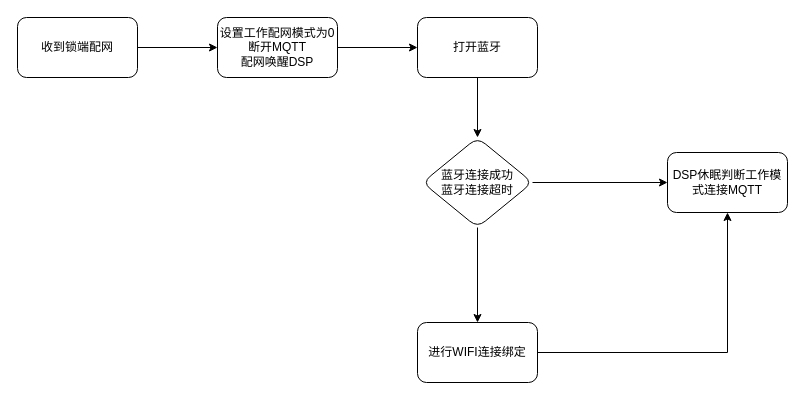
wsdmzz/drawio-desktop keeps this draw.io diagram as 配网.drawio. Above is the earlier version. Source tidied: cells renumbered, new cells numbered last; positions are measured from the earlier drawing's top-left corner, leaving out a move shared by most shapes. Both pictures are drawn from the tidied source at 100%, with x=0, y=0 at pixel (17, 17).
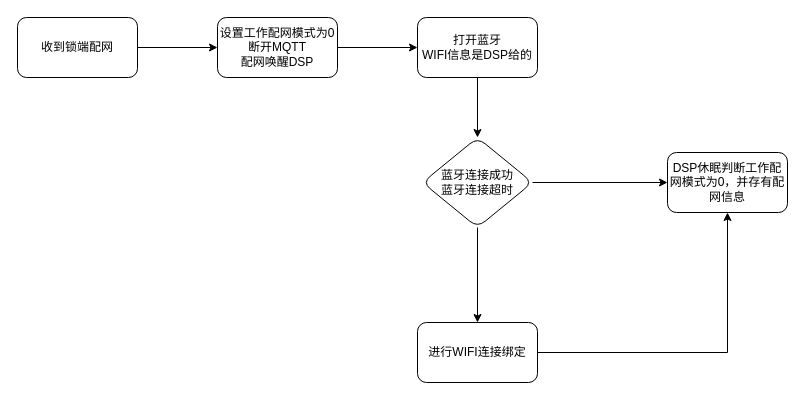
The same diagram, later.

What changed in the source:
```diff
@@
 <mxGraphModel>
   <root>
     <mxCell id="0" />
     <mxCell id="1" parent="0" />
     <mxCell id="2" style="edgeStyle=orthogonalEdgeStyle;rounded=0;jettySize=auto;html=1;" parent="1" edge="1" source="3" target="5">
       <mxGeometry relative="1" as="geometry" />
     </mxCell>
     <mxCell id="3" value="收到锁端配网" style="rounded=1;whiteSpace=wrap;html=1;" parent="1" vertex="1">
       <mxGeometry width="120" height="60" as="geometry" />
     </mxCell>
     <mxCell id="4" style="edgeStyle=orthogonalEdgeStyle;rounded=0;jettySize=auto;html=1;" parent="1" edge="1" source="5" target="7">
       <mxGeometry relative="1" as="geometry" />
     </mxCell>
     <mxCell id="5" value="&lt;font&gt;设置工作配网模式为0&lt;br&gt;断开MQTT&lt;br&gt;配网唤醒DSP&lt;br&gt;&lt;/font&gt;" style="rounded=1;whiteSpace=wrap;html=1;" parent="1" vertex="1">
       <mxGeometry x="200" width="120" height="60" as="geometry" />
     </mxCell>
     <mxCell id="6" style="edgeStyle=orthogonalEdgeStyle;rounded=0;jettySize=auto;html=1;" parent="1" edge="1" source="7" target="10">
       <mxGeometry relative="1" as="geometry" />
     </mxCell>
-    <mxCell id="7" value="打开蓝牙" style="rounded=1;whiteSpace=wrap;html=1;" parent="1" vertex="1">
+    <mxCell id="7" value="打开蓝牙&lt;br&gt;WIFI信息是DSP给的" style="rounded=1;whiteSpace=wrap;html=1;" parent="1" vertex="1">
       <mxGeometry x="400" width="120" height="60" as="geometry" />
     </mxCell>
     <mxCell id="8" style="edgeStyle=orthogonalEdgeStyle;rounded=0;jettySize=auto;html=1;" parent="1" edge="1" source="10" target="11">
       <mxGeometry relative="1" as="geometry" />
     </mxCell>
     <mxCell id="9" style="edgeStyle=orthogonalEdgeStyle;rounded=0;jettySize=auto;html=1;" parent="1" edge="1" source="10" target="13">
       <mxGeometry relative="1" as="geometry" />
     </mxCell>
     <mxCell id="10" value="蓝牙连接成功&lt;br style=&quot;border-color: var(--border-color);&quot;&gt;&lt;font style=&quot;border-color: var(--border-color);&quot;&gt;蓝牙连接超时&lt;/font&gt;" style="rhombus;whiteSpace=wrap;html=1;rounded=1;" parent="1" vertex="1">
       <mxGeometry x="405" y="120" width="110" height="90" as="geometry" />
     </mxCell>
-    <mxCell id="11" value="DSP休眠判断工作模式连接MQTT" style="whiteSpace=wrap;html=1;rounded=1;" parent="1" vertex="1">
+    <mxCell id="11" value="DSP休眠判断工作配网模式为0，并存有配网信息" style="whiteSpace=wrap;html=1;rounded=1;" parent="1" vertex="1">
       <mxGeometry x="650" y="135" width="120" height="60" as="geometry" />
     </mxCell>
     <mxCell id="12" style="edgeStyle=orthogonalEdgeStyle;rounded=0;jettySize=auto;html=1;entryX=0.5;entryY=1;entryDx=0;entryDy=0;" parent="1" edge="1" source="13" target="11">
       <mxGeometry relative="1" as="geometry" />
     </mxCell>
     <mxCell id="13" value="进行WIFI连接绑定" style="rounded=1;whiteSpace=wrap;html=1;" parent="1" vertex="1">
       <mxGeometry x="400" y="305" width="120" height="60" as="geometry" />
     </mxCell>
   </root>
 </mxGraphModel>
```
